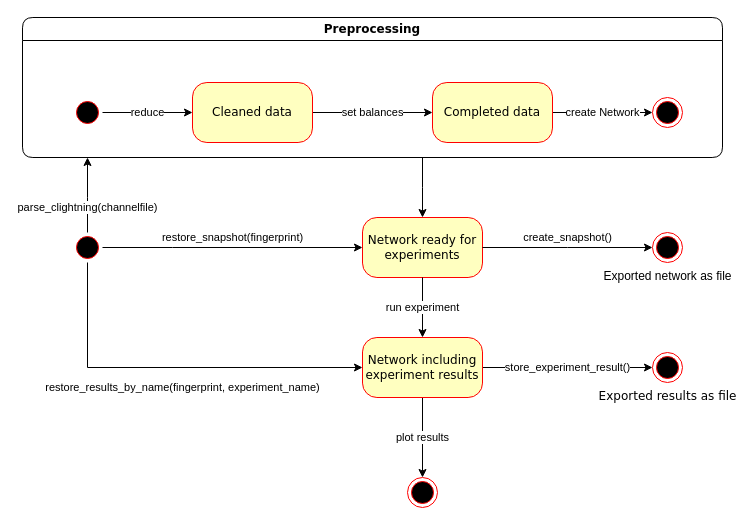
This is 06_Thesis/graphics/state_diagram_network.drawio from TKone7/ln-bachelor-thesis, a draw.io file, before an edit. Source tidied: cells renumbered, new cells numbered last; positions are measured from the earlier drawing's top-left corner, leaving out a move shared by most shapes. Both pictures are drawn from the tidied source at 100%, with x=0, y=0 at pixel (22, 17).
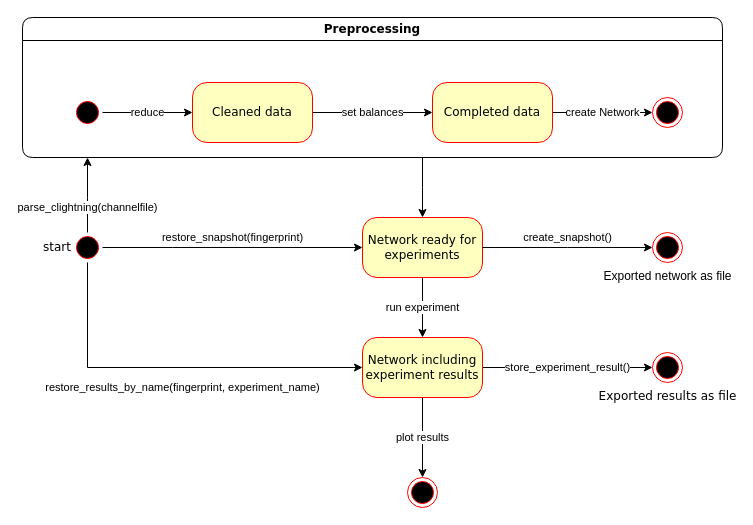
The same page after the edit.

Change to the diagram source:
```diff
@@
-    <mxCell id="3" style="ellipse;html=1;shape=startState;fillColor=#000000;strokeColor=#ff0000;rounded=1;shadow=0;comic=0;labelBackgroundColor=none;fontFamily=Verdana;fontSize=12;fontColor=#000000;align=center;direction=south;" parent="1" vertex="1">
+    <mxCell id="3" value="start" style="ellipse;html=1;shape=startState;fillColor=#000000;strokeColor=#ff0000;rounded=1;shadow=0;comic=0;labelBackgroundColor=none;fontFamily=Verdana;fontSize=12;fontColor=#000000;align=right;direction=south;labelPosition=left;verticalLabelPosition=middle;verticalAlign=middle;" parent="1" vertex="1">
       <mxGeometry x="50" y="215" width="30" height="30" as="geometry" />
     </mxCell>
```
